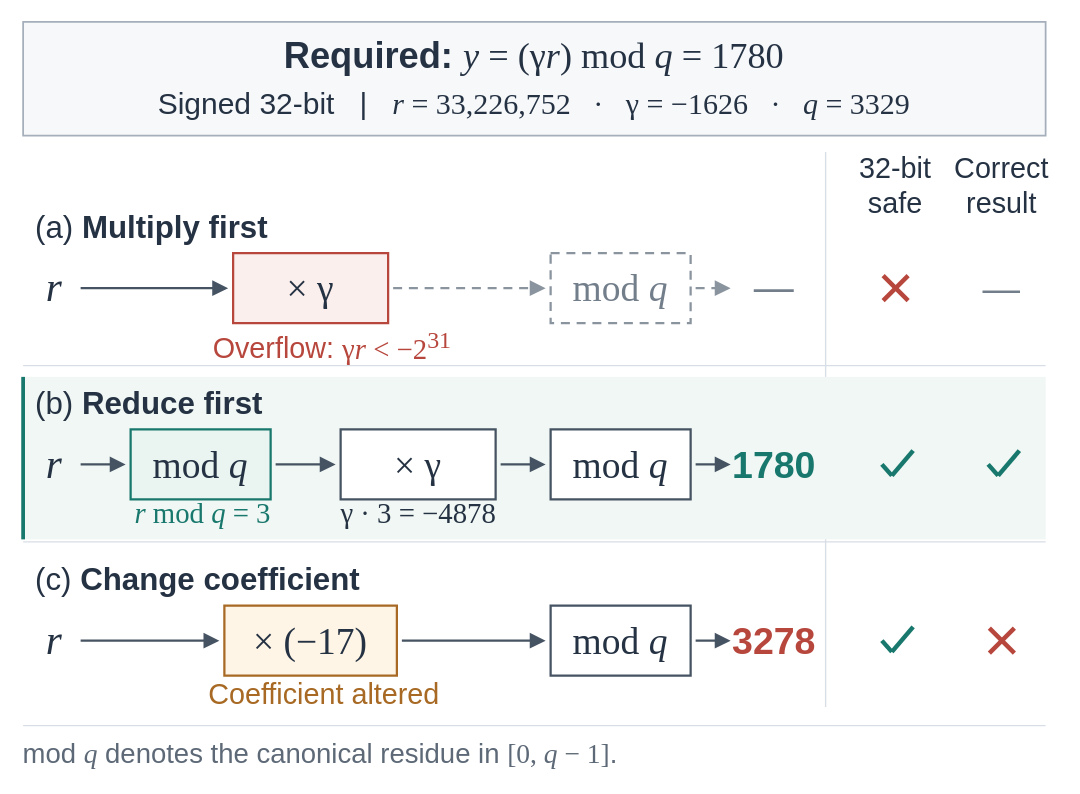
The draw.io diagram all/DAC2026/Secforge_fig1.drawio in ZKY6662017/iodraw-files, before the edit. Source tidied: cells renumbered, new cells numbered last; positions are measured from the earlier drawing's top-left corner, leaving out a move shared by most shapes. Both pictures are drawn from the tidied source at 125%, with x=0, y=0 at pixel (22, 21).
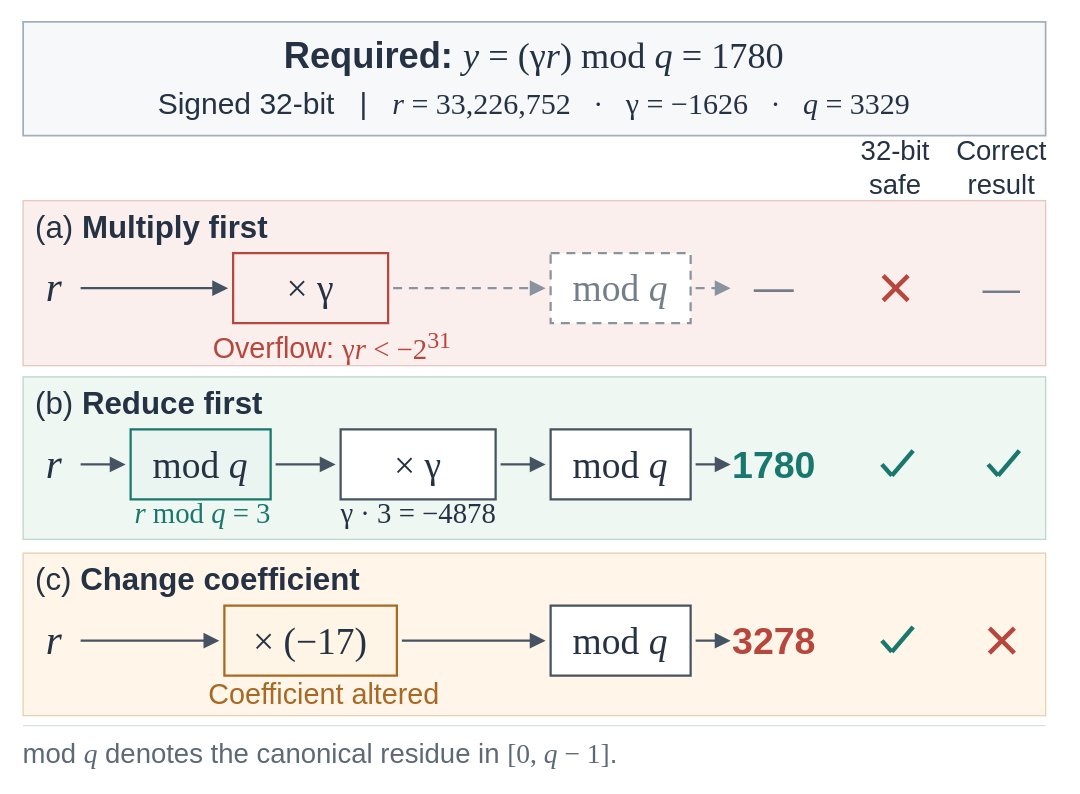
Above is the later version.

Commit message:
Give each Fig. 1 panel its own background color

Change to the diagram source:
```diff
@@
+    <mxCell id="55" style="whiteSpace=wrap;html=1;rounded=0;shadow=0;glass=0;strokeColor=none;fillColor=none;fontFamily=Arial;fontSize=25;fontColor=#253243;align=center;verticalAlign=middle;spacing=0;fillColor=#FBEFED;strokeColor=#E7C7C2;strokeWidth=1.1;" parent="1" vertex="1">
+      <mxGeometry y="143" width="818" height="132" as="geometry" />
+    </mxCell>
+    <mxCell id="56" style="whiteSpace=wrap;html=1;rounded=0;shadow=0;glass=0;strokeColor=none;fillColor=none;fontFamily=Arial;fontSize=25;fontColor=#253243;align=center;verticalAlign=middle;spacing=0;fillColor=#FFF6E9;strokeColor=#E6D2B2;strokeWidth=1.1;" parent="1" vertex="1">
+      <mxGeometry y="425" width="818" height="130" as="geometry" />
+    </mxCell>
@@
-    <mxCell id="5" value="32-bit&lt;br&gt;safe" style="whiteSpace=wrap;html=1;rounded=0;shadow=0;glass=0;strokeColor=none;fillColor=none;fontFamily=Arial;fontSize=25;fontColor=#253243;align=center;verticalAlign=middle;spacing=0;fontSize=23;" parent="1" vertex="1">
-      <mxGeometry x="653" y="103" width="90" height="55" as="geometry" />
+    <mxCell id="5" value="32-bit&lt;br&gt;safe" style="whiteSpace=wrap;html=1;rounded=0;shadow=0;glass=0;strokeColor=none;fillColor=none;fontFamily=Arial;fontSize=25;fontColor=#253243;align=center;verticalAlign=middle;spacing=0;fontSize=22;" parent="1" vertex="1">
+      <mxGeometry x="653" y="94" width="90" height="45" as="geometry" />
     </mxCell>
-    <mxCell id="6" value="Correct&lt;br&gt;result" style="whiteSpace=wrap;html=1;rounded=0;shadow=0;glass=0;strokeColor=none;fillColor=none;fontFamily=Arial;fontSize=25;fontColor=#253243;align=center;verticalAlign=middle;spacing=0;fontSize=23;" parent="1" vertex="1">
-      <mxGeometry x="738" y="103" width="90" height="55" as="geometry" />
+    <mxCell id="6" value="Correct&lt;br&gt;result" style="whiteSpace=wrap;html=1;rounded=0;shadow=0;glass=0;strokeColor=none;fillColor=none;fontFamily=Arial;fontSize=25;fontColor=#253243;align=center;verticalAlign=middle;spacing=0;fontSize=22;" parent="1" vertex="1">
+      <mxGeometry x="738" y="94" width="90" height="45" as="geometry" />
     </mxCell>
-    <mxCell id="7" style="edgeStyle=none;rounded=0;html=1;strokeColor=#465362;strokeWidth=1.8;endArrow=block;endFill=1;endSize=8;strokeColor=#D8DEE5;strokeWidth=1.1;endArrow=none;" parent="1" edge="1">
-      <mxGeometry relative="1" as="geometry">
-        <mxPoint x="642" y="104" as="sourcePoint" />
-        <mxPoint x="642" y="548" as="targetPoint" />
-      </mxGeometry>
-    </mxCell>
-    <mxCell id="8" style="edgeStyle=none;rounded=0;html=1;strokeColor=#465362;strokeWidth=1.8;endArrow=block;endFill=1;endSize=8;strokeColor=#D8DEE5;strokeWidth=1.1;endArrow=none;" parent="1" edge="1">
-      <mxGeometry relative="1" as="geometry">
-        <mxPoint y="275" as="sourcePoint" />
-        <mxPoint x="818" y="275" as="targetPoint" />
-      </mxGeometry>
-    </mxCell>
-    <mxCell id="9" style="edgeStyle=none;rounded=0;html=1;strokeColor=#465362;strokeWidth=1.8;endArrow=block;endFill=1;endSize=8;strokeColor=#D8DEE5;strokeWidth=1.1;endArrow=none;" parent="1" edge="1">
-      <mxGeometry relative="1" as="geometry">
-        <mxPoint y="416" as="sourcePoint" />
-        <mxPoint x="818" y="416" as="targetPoint" />
-      </mxGeometry>
-    </mxCell>
-    <mxCell id="10" style="whiteSpace=wrap;html=1;rounded=0;shadow=0;glass=0;strokeColor=none;fillColor=none;fontFamily=Arial;fontSize=25;fontColor=#253243;align=center;verticalAlign=middle;spacing=0;fillColor=#F0F7F4;" parent="1" vertex="1">
+    <mxCell id="10" style="whiteSpace=wrap;html=1;rounded=0;shadow=0;glass=0;strokeColor=none;fillColor=none;fontFamily=Arial;fontSize=25;fontColor=#253243;align=center;verticalAlign=middle;spacing=0;fillColor=#EFF7F3;strokeColor=#BFD8CF;strokeWidth=1.1;" parent="1" vertex="1">
       <mxGeometry y="284" width="818" height="130" as="geometry" />
     </mxCell>
-    <mxCell id="11" style="edgeStyle=none;rounded=0;html=1;strokeColor=#465362;strokeWidth=1.8;endArrow=block;endFill=1;endSize=8;strokeColor=#19786D;strokeWidth=3;endArrow=none;" parent="1" edge="1">
-      <mxGeometry relative="1" as="geometry">
-        <mxPoint y="284" as="sourcePoint" />
-        <mxPoint y="414" as="targetPoint" />
-      </mxGeometry>
-    </mxCell>
```
